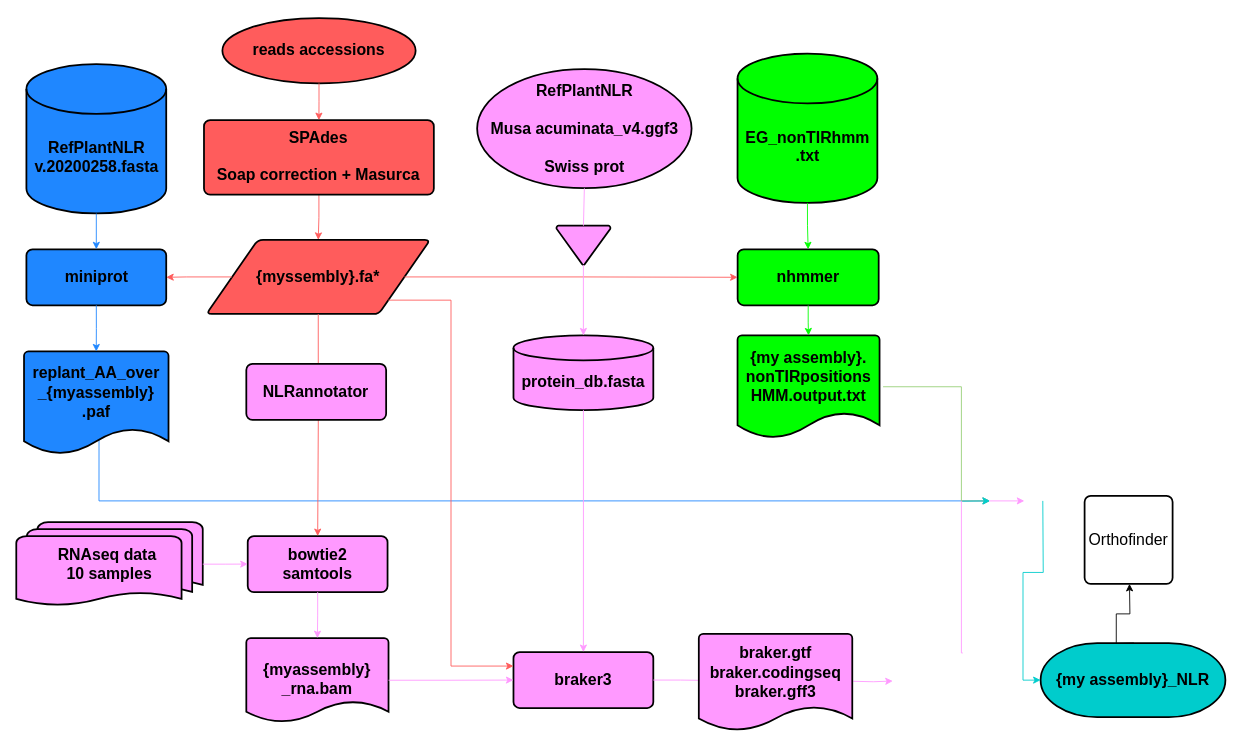
Above: page "Page-1" (1 of 2) of Untitled Diagram.drawio in acarolinao/planets (draw.io), before the change. Source tidied: cells renumbered, new cells numbered last; positions are measured from the earlier drawing's top-left corner, leaving out a move shared by most shapes. Both pictures are drawn from the tidied source at 88%, with x=0, y=0 at pixel (16, 18).
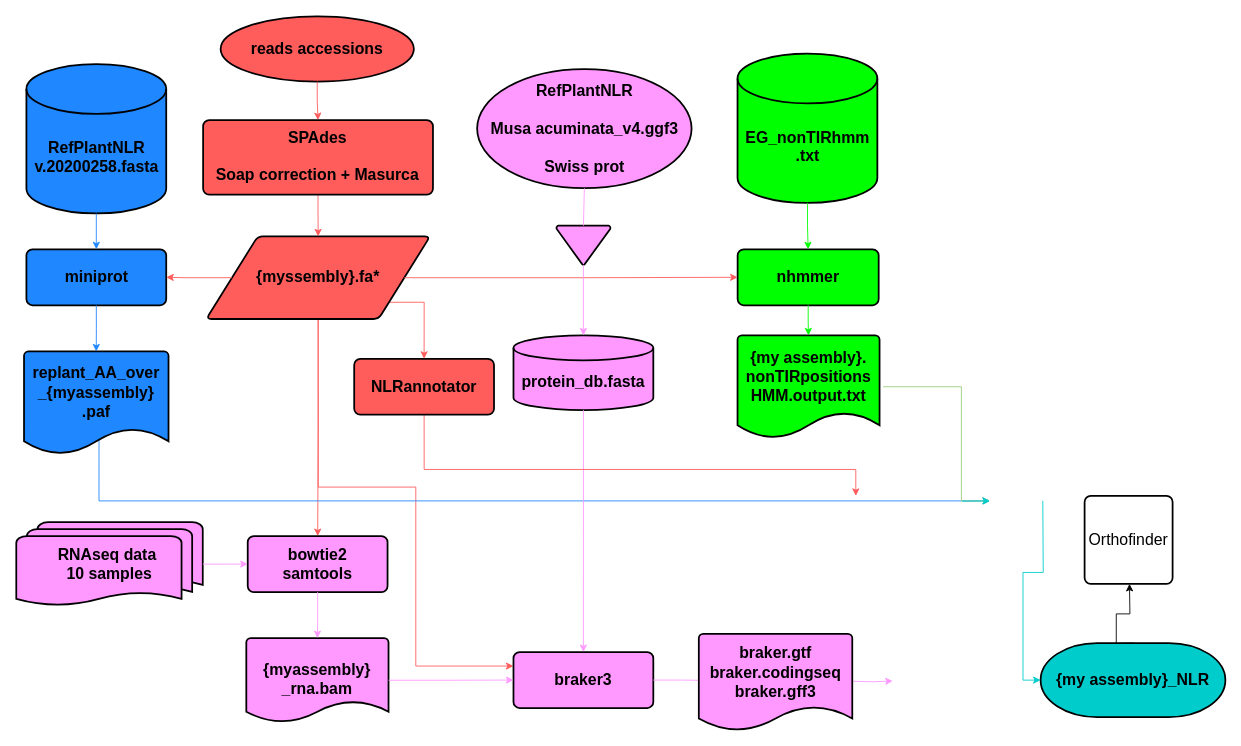
The same diagram, later.

Unchanged cells that the change refers to:
```xml
<mxCell id="18" value="&lt;font style=&quot;font-size: 18px;&quot;&gt;&lt;b&gt;bowtie2&lt;br&gt;samtools&lt;/b&gt;&lt;br&gt;&lt;/font&gt;" style="rounded=1;whiteSpace=wrap;html=1;absoluteArcSize=1;arcSize=14;strokeWidth=2;fillColor=#FF99FF;" parent="1" vertex="1">
  <mxGeometry x="263" y="588.7" width="158.9" height="63.6" as="geometry" />
</mxCell>
<mxCell id="27" value="&lt;font style=&quot;font-size: 18px;&quot;&gt;&lt;b&gt;braker3&lt;/b&gt;&lt;br&gt;&lt;/font&gt;" style="rounded=1;whiteSpace=wrap;html=1;absoluteArcSize=1;arcSize=14;strokeWidth=2;fillColor=#FF99FF;" parent="1" vertex="1">
  <mxGeometry x="565" y="720.5" width="158.9" height="63.6" as="geometry" />
</mxCell>
```

What changed in the source:
```diff
@@
+    <mxCell id="46" style="edgeStyle=orthogonalEdgeStyle;rounded=0;jettySize=auto;html=1;exitX=1;exitY=1;exitDx=0;exitDy=0;entryX=0.5;entryY=0;entryDx=0;entryDy=0;fillColor=#f8cecc;strokeColor=#FF5C5C;" parent="1" edge="1" source="2" target="44">
+      <mxGeometry relative="1" as="geometry">
+        <Array as="points">
+          <mxPoint x="423" y="323" />
+          <mxPoint x="464" y="323" />
+        </Array>
+      </mxGeometry>
+    </mxCell>
+    <mxCell id="19" style="edgeStyle=orthogonalEdgeStyle;rounded=0;jettySize=auto;html=1;exitX=0.5;exitY=1;exitDx=0;exitDy=0;strokeColor=#FF5C5C;" parent="1" edge="1" source="2" target="18">
+      <mxGeometry relative="1" as="geometry" />
+    </mxCell>
+    <mxCell id="28" style="edgeStyle=orthogonalEdgeStyle;rounded=0;jettySize=auto;html=1;exitX=0.5;exitY=1;exitDx=0;exitDy=0;entryX=0;entryY=0.25;entryDx=0;entryDy=0;strokeColor=#FF5C5C;" parent="1" edge="1" source="2" target="27">
+      <mxGeometry relative="1" as="geometry">
+        <Array as="points">
+          <mxPoint x="343" y="533" />
+          <mxPoint x="454" y="533" />
+          <mxPoint x="454" y="737" />
+        </Array>
+      </mxGeometry>
+    </mxCell>
     <mxCell id="2" value="&lt;font style=&quot;font-size: 18px;&quot;&gt;&lt;b&gt;{myssembly}.fa*&lt;/b&gt;&lt;/font&gt;" style="shape=parallelogram;html=1;strokeWidth=2;perimeter=parallelogramPerimeter;whiteSpace=wrap;rounded=1;arcSize=12;size=0.23;strokeColor=#000000;fillColor=#FF5C5C;" parent="1" vertex="1">
-      <mxGeometry x="216" y="252.1" width="254.3" height="84.2" as="geometry" />
+      <mxGeometry x="215.9" y="248.1" width="254.3" height="93.9" as="geometry" />
     </mxCell>
@@
-    <mxCell id="19" style="edgeStyle=orthogonalEdgeStyle;rounded=0;jettySize=auto;html=1;exitX=0.5;exitY=1;exitDx=0;exitDy=0;strokeColor=#FF5C5C;" parent="1" edge="1" source="2" target="18">
-      <mxGeometry relative="1" as="geometry" />
-    </mxCell>
@@
-    <mxCell id="28" style="edgeStyle=orthogonalEdgeStyle;rounded=0;jettySize=auto;html=1;entryX=0;entryY=0.25;entryDx=0;entryDy=0;strokeColor=#FF5C5C;exitX=1;exitY=1;exitDx=0;exitDy=0;" parent="1" edge="1" source="2" target="27">
-      <mxGeometry relative="1" as="geometry">
-        <Array as="points">
-          <mxPoint x="494" y="321" />
-          <mxPoint x="494" y="737" />
-        </Array>
-      </mxGeometry>
-    </mxCell>
@@
-    <mxCell id="30" style="edgeStyle=orthogonalEdgeStyle;rounded=0;orthogonalLoop=1;jettySize=auto;html=1;exitX=0.5;exitY=0;exitDx=0;exitDy=0;strokeColor=#FF99FF;entryX=0.5;entryY=0;entryDx=0;entryDy=0;entryPerimeter=0;" parent="1" edge="1">
+    <mxCell id="30" style="edgeStyle=orthogonalEdgeStyle;rounded=0;jettySize=auto;html=1;exitX=0.5;exitY=1;exitDx=0;exitDy=0;strokeColor=#FF5C5C;fillColor=#f8cecc;" parent="1" edge="1" source="44">
       <mxGeometry relative="1" as="geometry">
-        <mxPoint x="1075.5" y="721.5" as="sourcePoint" />
-        <mxPoint x="1145.5" y="548.7" as="targetPoint" />
+        <mxPoint x="954" y="543" as="targetPoint" />
         <Array as="points">
-          <mxPoint x="1074" y="722" />
-          <mxPoint x="1074" y="549" />
+          <mxPoint x="464" y="513" />
+          <mxPoint x="954" y="513" />
         </Array>
       </mxGeometry>
     </mxCell>
@@
     <mxCell id="32" value="&lt;font style=&quot;font-size: 18px;&quot;&gt;&lt;b&gt;reads&amp;nbsp;&lt;/b&gt;&lt;/font&gt;&lt;font size=&quot;4&quot;&gt;&lt;b&gt;accessions&lt;/b&gt;&lt;/font&gt;" style="strokeWidth=2;html=1;shape=mxgraph.flowchart.start_1;whiteSpace=wrap;fillColor=#FF5C5C;" parent="1" vertex="1">
-      <mxGeometry x="234.2" width="219.6" height="74.2" as="geometry" />
+      <mxGeometry x="232.2" y="-2" width="219.6" height="74.2" as="geometry" />
     </mxCell>
@@
     <mxCell id="35" value="&lt;b style=&quot;border-color: var(--border-color); font-size: 18px;&quot;&gt;SPAdes&lt;br style=&quot;border-color: var(--border-color);&quot;&gt;&lt;br style=&quot;border-color: var(--border-color);&quot;&gt;Soap correction + Masurca&lt;/b&gt;" style="rounded=1;whiteSpace=wrap;html=1;absoluteArcSize=1;arcSize=14;strokeWidth=2;fillColor=#FF5C5C;" parent="1" vertex="1">
-      <mxGeometry x="213.3" y="116" width="261.2" height="84.8" as="geometry" />
+      <mxGeometry x="212.3" y="116" width="261.2" height="84.8" as="geometry" />
     </mxCell>
@@
-    <mxCell id="44" value="&lt;font style=&quot;font-size: 18px;&quot;&gt;&lt;b&gt;NLRannotator&lt;/b&gt;&lt;/font&gt;" style="rounded=1;whiteSpace=wrap;html=1;absoluteArcSize=1;arcSize=14;strokeWidth=2;fillColor=#FF99FF;" parent="1" vertex="1">
-      <mxGeometry x="261.4" y="393" width="158.9" height="63.6" as="geometry" />
+    <mxCell id="44" value="&lt;font style=&quot;font-size: 18px;&quot;&gt;&lt;b&gt;NLRannotator&lt;/b&gt;&lt;/font&gt;" style="rounded=1;whiteSpace=wrap;html=1;absoluteArcSize=1;arcSize=14;strokeWidth=2;fillColor=#FF5C5C;" parent="1" vertex="1">
+      <mxGeometry x="384" y="387.2" width="158.9" height="63.6" as="geometry" />
     </mxCell>
```
